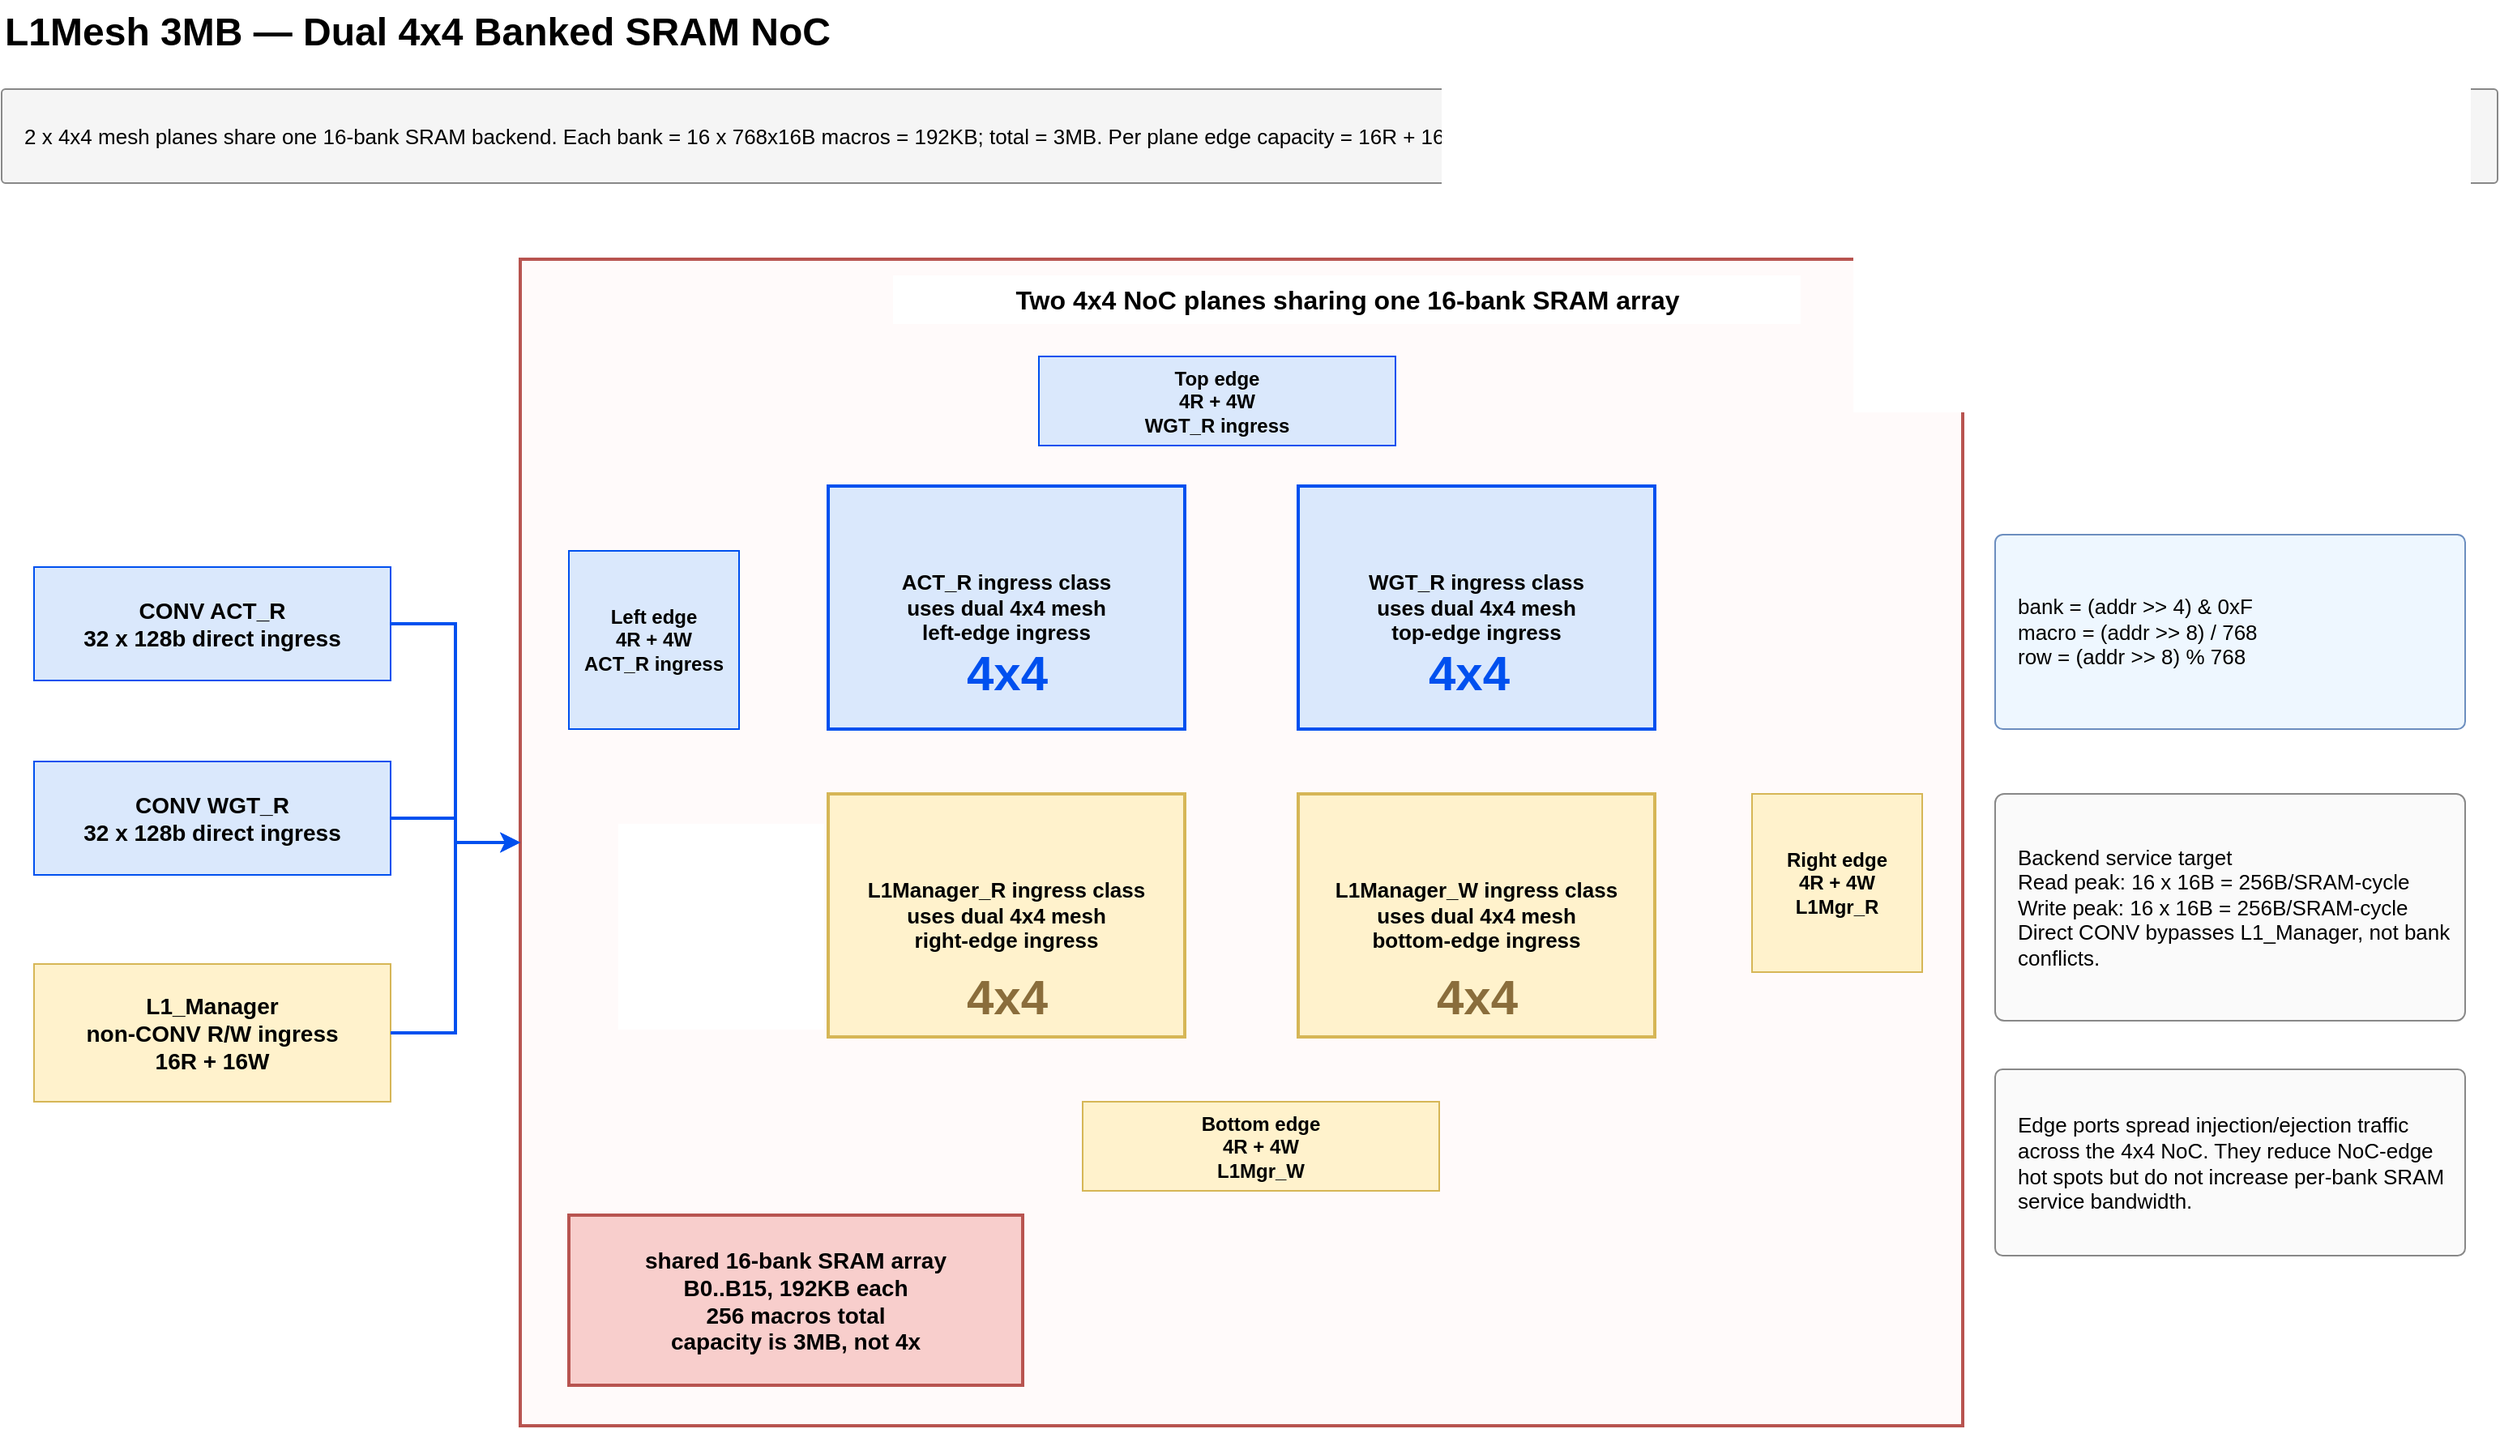
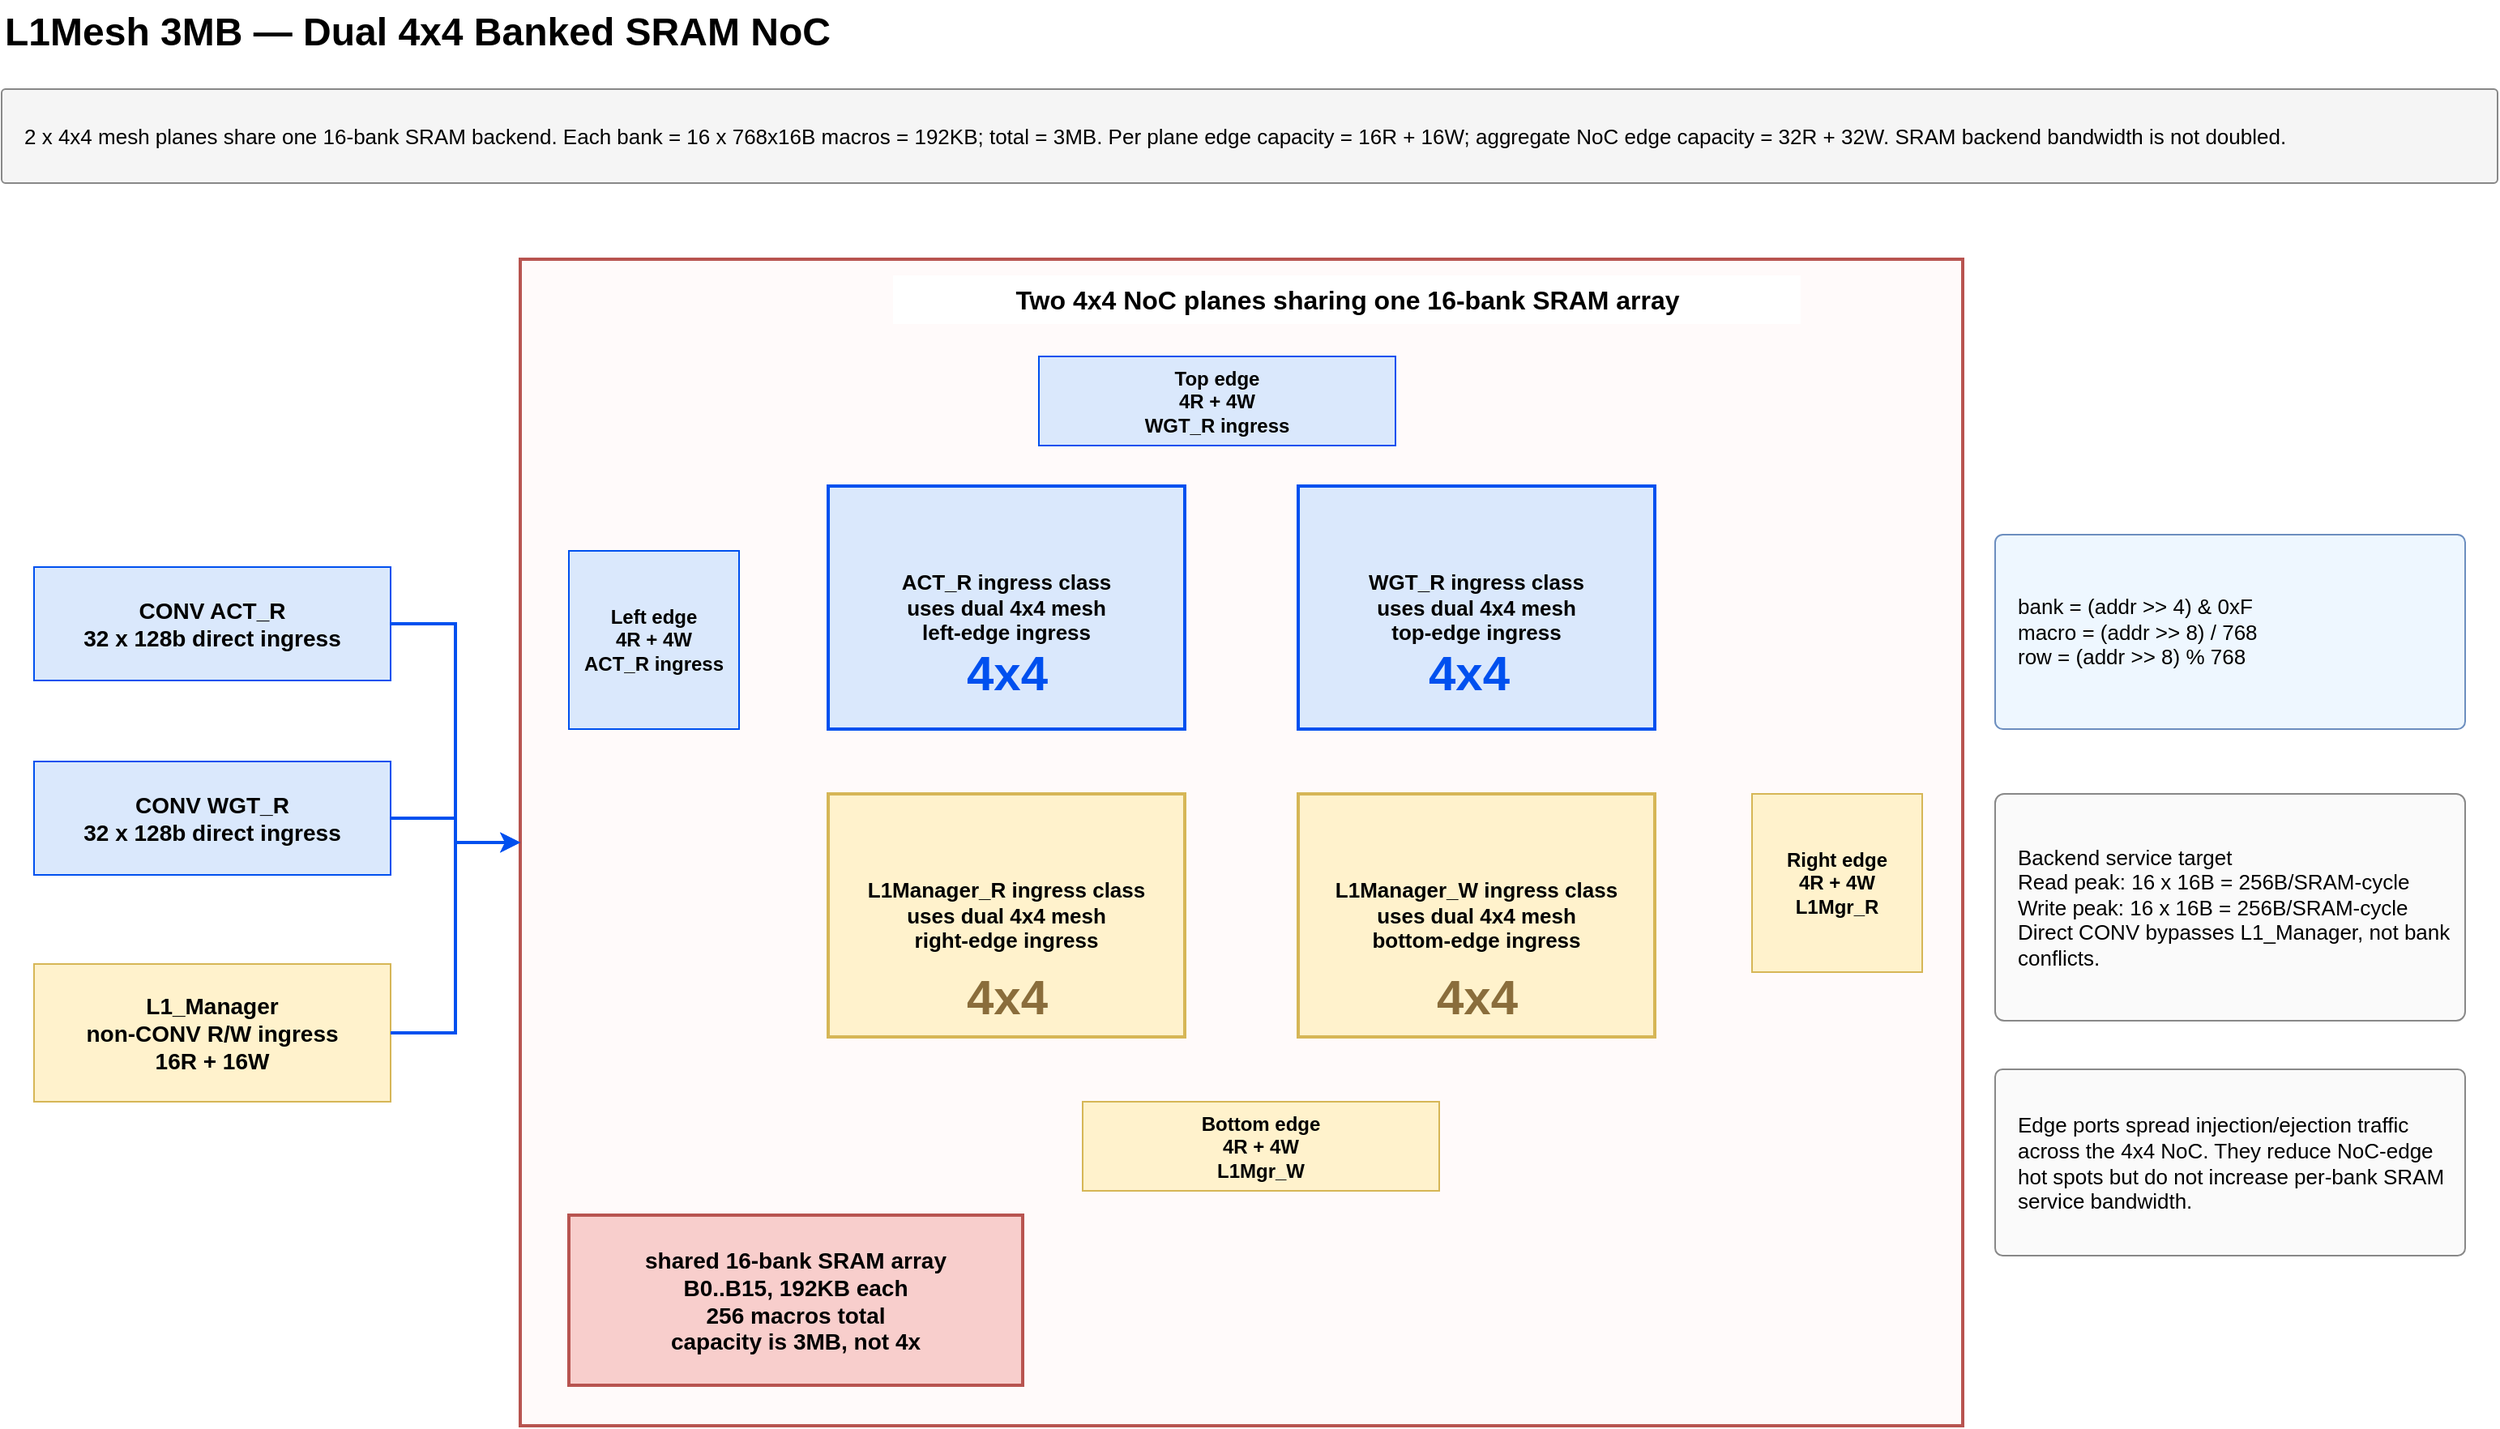
<mxfile host="65bd71144e">
    <diagram name="L1Mesh-4x4-NoC" id="mdla7-l1mesh-4x4-noc">
        <mxGraphModel dx="350" dy="720" grid="1" gridSize="10" guides="1" tooltips="1" connect="1" arrows="1" fold="1" page="1" pageScale="1" pageWidth="1654" pageHeight="1169" math="0" shadow="0">
            <root>
                <mxCell id="0"/>
                <mxCell id="1" parent="0"/>
                <mxCell id="l1n_title" value="L1Mesh 3MB — Dual 4x4 Banked SRAM NoC" style="text;html=1;fontSize=24;fontStyle=1;align=left;verticalAlign=middle;strokeColor=none;fillColor=none;" parent="1" vertex="1">
                    <mxGeometry x="50" y="30" width="900" height="40" as="geometry"/>
                </mxCell>
                <mxCell id="l1n_note" value="2 x 4x4 mesh planes share one 16-bank SRAM backend. Each bank = 16 x 768x16B macros = 192KB; total = 3MB. Per plane edge capacity = 16R + 16W; aggregate NoC edge capacity = 32R + 32W. SRAM backend bandwidth is not doubled." style="rounded=1;arcSize=4;whiteSpace=wrap;html=1;fillColor=#f5f5f5;strokeColor=#888888;fontSize=13;align=left;verticalAlign=middle;spacingLeft=12;" parent="1" vertex="1">
                    <mxGeometry x="50" y="85" width="1540" height="58" as="geometry"/>
                </mxCell>
                <mxCell id="l1n_act" value="CONV ACT_R&lt;br/&gt;32 x 128b direct ingress" style="rounded=0;whiteSpace=wrap;html=1;fillColor=#dae8fc;strokeColor=#0050ef;fontSize=14;fontStyle=1;" parent="1" vertex="1">
                    <mxGeometry x="70" y="380" width="220" height="70" as="geometry"/>
                </mxCell>
                <mxCell id="l1n_wgt" value="CONV WGT_R&lt;br/&gt;32 x 128b direct ingress" style="rounded=0;whiteSpace=wrap;html=1;fillColor=#dae8fc;strokeColor=#0050ef;fontSize=14;fontStyle=1;" parent="1" vertex="1">
                    <mxGeometry x="70" y="500" width="220" height="70" as="geometry"/>
                </mxCell>
                <mxCell id="l1n_mgr" value="L1_Manager&lt;br/&gt;non-CONV R/W ingress&lt;br/&gt;16R + 16W" style="rounded=0;whiteSpace=wrap;html=1;fillColor=#fff2cc;strokeColor=#d6b656;fontSize=14;fontStyle=1;" parent="1" vertex="1">
                    <mxGeometry x="70" y="625" width="220" height="85" as="geometry"/>
                </mxCell>
                <mxCell id="l1n_meshbox" value="" style="rounded=0;whiteSpace=wrap;html=1;fillColor=#fffafa;strokeColor=#b85450;strokeWidth=2;" parent="1" vertex="1">
                    <mxGeometry x="370" y="190" width="890" height="720" as="geometry"/>
                </mxCell>
                <mxCell id="l1n_meshtitle" value="Two 4x4 NoC planes sharing one 16-bank SRAM array" style="text;html=1;fontSize=16;fontStyle=1;align=center;verticalAlign=middle;strokeColor=none;fillColor=#ffffff;" parent="1" vertex="1">
                    <mxGeometry x="600" y="200" width="560" height="30" as="geometry"/>
                </mxCell>
                <mxCell id="l1n_edge_top" value="Top edge&lt;br/&gt;4R + 4W&lt;br/&gt;WGT_R ingress" style="rounded=0;whiteSpace=wrap;html=1;fillColor=#dae8fc;strokeColor=#0050ef;fontSize=12;fontStyle=1;" parent="1" vertex="1">
                    <mxGeometry x="690" y="250" width="220" height="55" as="geometry"/>
                </mxCell>
                <mxCell id="l1n_edge_left" value="Left edge&lt;br/&gt;4R + 4W&lt;br/&gt;ACT_R ingress" style="rounded=0;whiteSpace=wrap;html=1;fillColor=#dae8fc;strokeColor=#0050ef;fontSize=12;fontStyle=1;" parent="1" vertex="1">
                    <mxGeometry x="400" y="370" width="105" height="110" as="geometry"/>
                </mxCell>
                <mxCell id="l1n_edge_right" value="Right edge&lt;br/&gt;4R + 4W&lt;br/&gt;L1Mgr_R" style="rounded=0;whiteSpace=wrap;html=1;fillColor=#fff2cc;strokeColor=#d6b656;fontSize=12;fontStyle=1;" parent="1" vertex="1">
                    <mxGeometry x="1130" y="520" width="105" height="110" as="geometry"/>
                </mxCell>
                <mxCell id="l1n_edge_bottom" value="Bottom edge&lt;br/&gt;4R + 4W&lt;br/&gt;L1Mgr_W" style="rounded=0;whiteSpace=wrap;html=1;fillColor=#fff2cc;strokeColor=#d6b656;fontSize=12;fontStyle=1;" parent="1" vertex="1">
                    <mxGeometry x="717" y="710" width="220" height="55" as="geometry"/>
                </mxCell>
                <mxCell id="l1n_plane_act" value="ACT_R ingress class&lt;br/&gt;uses dual 4x4 mesh&lt;br/&gt;left-edge ingress" style="rounded=0;whiteSpace=wrap;html=1;fillColor=#dae8fc;strokeColor=#0050ef;strokeWidth=2;fontSize=13;fontStyle=1;" parent="1" vertex="1">
                    <mxGeometry x="560" y="330" width="220" height="150" as="geometry"/>
                </mxCell>
                <mxCell id="l1n_plane_wgt" value="WGT_R ingress class&lt;br/&gt;uses dual 4x4 mesh&lt;br/&gt;top-edge ingress" style="rounded=0;whiteSpace=wrap;html=1;fillColor=#dae8fc;strokeColor=#0050ef;strokeWidth=2;fontSize=13;fontStyle=1;" parent="1" vertex="1">
                    <mxGeometry x="850" y="330" width="220" height="150" as="geometry"/>
                </mxCell>
                <mxCell id="l1n_plane_l1r" value="L1Manager_R ingress class&lt;br/&gt;uses dual 4x4 mesh&lt;br/&gt;right-edge ingress" style="rounded=0;whiteSpace=wrap;html=1;fillColor=#fff2cc;strokeColor=#d6b656;strokeWidth=2;fontSize=13;fontStyle=1;" parent="1" vertex="1">
                    <mxGeometry x="560" y="520" width="220" height="150" as="geometry"/>
                </mxCell>
                <mxCell id="l1n_plane_l1w" value="L1Manager_W ingress class&lt;br/&gt;uses dual 4x4 mesh&lt;br/&gt;bottom-edge ingress" style="rounded=0;whiteSpace=wrap;html=1;fillColor=#fff2cc;strokeColor=#d6b656;strokeWidth=2;fontSize=13;fontStyle=1;" parent="1" vertex="1">
                    <mxGeometry x="850" y="520" width="220" height="150" as="geometry"/>
                </mxCell>
                <mxCell id="l1n_shared_banks" value="shared 16-bank SRAM array&lt;br/&gt;B0..B15, 192KB each&lt;br/&gt;256 macros total&lt;br/&gt;capacity is 3MB, not 4x" style="rounded=0;whiteSpace=wrap;html=1;fillColor=#f8cecc;strokeColor=#b85450;strokeWidth=2;fontSize=14;fontStyle=1;" parent="1" vertex="1">
                    <mxGeometry x="400" y="780" width="280" height="105" as="geometry"/>
                </mxCell>
                <mxCell id="l1n_plane_grid1" value="4x4" style="text;html=1;fontSize=30;fontStyle=1;align=center;verticalAlign=middle;strokeColor=none;fillColor=none;fontColor=#0050ef;" parent="1" vertex="1">
                    <mxGeometry x="615" y="420" width="110" height="50" as="geometry"/>
                </mxCell>
                <mxCell id="l1n_plane_grid2" value="4x4" style="text;html=1;fontSize=30;fontStyle=1;align=center;verticalAlign=middle;strokeColor=none;fillColor=none;fontColor=#0050ef;" parent="1" vertex="1">
                    <mxGeometry x="900" y="420" width="110" height="50" as="geometry"/>
                </mxCell>
                <mxCell id="l1n_plane_grid3" value="4x4" style="text;html=1;fontSize=30;fontStyle=1;align=center;verticalAlign=middle;strokeColor=none;fillColor=none;fontColor=#8a6d3b;" parent="1" vertex="1">
                    <mxGeometry x="615" y="620" width="110" height="50" as="geometry"/>
                </mxCell>
                <mxCell id="l1n_plane_grid4" value="4x4" style="text;html=1;fontSize=30;fontStyle=1;align=center;verticalAlign=middle;strokeColor=none;fillColor=none;fontColor=#8a6d3b;" parent="1" vertex="1">
                    <mxGeometry x="905" y="620" width="110" height="50" as="geometry"/>
                </mxCell>
                <mxCell id="l1n_addr" value="bank = (addr &gt;&gt; 4) &amp;amp; 0xF&lt;br/&gt;macro = (addr &gt;&gt; 8) / 768&lt;br/&gt;row = (addr &gt;&gt; 8) % 768" style="rounded=1;arcSize=4;whiteSpace=wrap;html=1;fillColor=#eef7ff;strokeColor=#6c8ebf;fontSize=13;align=left;verticalAlign=middle;spacingLeft=12;" parent="1" vertex="1">
                    <mxGeometry x="1280" y="360" width="290" height="120" as="geometry"/>
                </mxCell>
                <mxCell id="l1n_bw" value="Backend service target&lt;br/&gt;Read peak: 16 x 16B = 256B/SRAM-cycle&lt;br/&gt;Write peak: 16 x 16B = 256B/SRAM-cycle&lt;br/&gt;Direct CONV bypasses L1_Manager, not bank conflicts." style="rounded=1;arcSize=4;whiteSpace=wrap;html=1;fillColor=#fafafa;strokeColor=#888888;fontSize=13;align=left;verticalAlign=middle;spacingLeft=12;" parent="1" vertex="1">
                    <mxGeometry x="1280" y="520" width="290" height="140" as="geometry"/>
                </mxCell>
                <mxCell id="l1n_edge_note" value="Edge ports spread injection/ejection traffic across the 4x4 NoC. They reduce NoC-edge hot spots but do not increase per-bank SRAM service bandwidth." style="rounded=1;arcSize=4;whiteSpace=wrap;html=1;fillColor=#fafafa;strokeColor=#888888;fontSize=13;align=left;verticalAlign=middle;spacingLeft=12;" parent="1" vertex="1">
                    <mxGeometry x="1280" y="690" width="290" height="115" as="geometry"/>
                </mxCell>
                <mxCell id="l1n_e_act" value="" style="endArrow=classic;html=1;rounded=0;strokeColor=#0050ef;strokeWidth=2;edgeStyle=orthogonalEdgeStyle;" parent="1" source="l1n_act" target="l1n_meshbox" edge="1">
                    <mxGeometry relative="1" as="geometry"/>
                </mxCell>
                <mxCell id="l1n_e_wgt" value="" style="endArrow=classic;html=1;rounded=0;strokeColor=#0050ef;strokeWidth=2;edgeStyle=orthogonalEdgeStyle;" parent="1" source="l1n_wgt" target="l1n_meshbox" edge="1">
                    <mxGeometry relative="1" as="geometry"/>
                </mxCell>
                <mxCell id="l1n_e_mgr" value="" style="endArrow=classic;html=1;rounded=0;strokeColor=#0050ef;strokeWidth=2;edgeStyle=orthogonalEdgeStyle;" parent="1" source="l1n_mgr" target="l1n_meshbox" edge="1">
                    <mxGeometry relative="1" as="geometry"/>
                </mxCell>
            </root>
        </mxGraphModel>
    </diagram>
    <diagram name="L1Mesh-Arbitration" id="mdla7-l1mesh-arbitration">
        <mxGraphModel dx="836" dy="907" grid="1" gridSize="10" guides="1" tooltips="1" connect="1" arrows="1" fold="1" page="1" pageScale="1" pageWidth="1654" pageHeight="1169" math="0" shadow="0">
            <root>
                <mxCell id="0"/>
                <mxCell id="1" parent="0"/>
                <mxCell id="arb_title" value="L1Mesh Request Arbitration" style="text;html=1;fontSize=24;fontStyle=1;align=left;verticalAlign=middle;strokeColor=none;fillColor=none;" parent="1" vertex="1">
                    <mxGeometry x="50" y="35" width="700" height="40" as="geometry"/>
                </mxCell>
                <mxCell id="arb_act" value="CONV ACT_R&lt;br/&gt;direct ingress&lt;br/&gt;highest read priority" style="rounded=0;whiteSpace=wrap;html=1;fillColor=#dae8fc;strokeColor=#0050ef;fontSize=14;fontStyle=1;" parent="1" vertex="1">
                    <mxGeometry x="80" y="180" width="260" height="90" as="geometry"/>
                </mxCell>
                <mxCell id="arb_wgt" value="CONV WGT_R&lt;br/&gt;direct ingress&lt;br/&gt;second read priority" style="rounded=0;whiteSpace=wrap;html=1;fillColor=#dae8fc;strokeColor=#0050ef;fontSize=14;fontStyle=1;" parent="1" vertex="1">
                    <mxGeometry x="80" y="330" width="260" height="90" as="geometry"/>
                </mxCell>
                <mxCell id="arb_l1r" value="L1Manager_R&lt;br/&gt;Requant / EWE / POOL / TNPS / UDMA" style="rounded=0;whiteSpace=wrap;html=1;fillColor=#fff2cc;strokeColor=#d6b656;fontSize=14;fontStyle=1;" parent="1" vertex="1">
                    <mxGeometry x="80" y="480" width="260" height="90" as="geometry"/>
                </mxCell>
                <mxCell id="arb_l1w" value="L1Manager_W&lt;br/&gt;write ingress" style="rounded=0;whiteSpace=wrap;html=1;fillColor=#fff2cc;strokeColor=#d6b656;fontSize=14;fontStyle=1;" parent="1" vertex="1">
                    <mxGeometry x="80" y="660" width="260" height="75" as="geometry"/>
                </mxCell>
                <mxCell id="arb_read" value="per-bank read arbiter&lt;br/&gt;1 ACT_R&lt;br/&gt;2 WGT_R&lt;br/&gt;3 L1Manager_R" style="rounded=0;whiteSpace=wrap;html=1;fillColor=#e1d5e7;strokeColor=#9673a6;fontSize=15;fontStyle=1;" parent="1" vertex="1">
                    <mxGeometry x="520" y="260" width="260" height="180" as="geometry"/>
                </mxCell>
                <mxCell id="arb_write" value="per-bank write slot&lt;br/&gt;L1Manager_W&lt;br/&gt;independent from read slot if dual-lane" style="rounded=0;whiteSpace=wrap;html=1;fillColor=#e1d5e7;strokeColor=#9673a6;fontSize=15;fontStyle=1;" parent="1" vertex="1">
                    <mxGeometry x="520" y="610" width="260" height="140" as="geometry"/>
                </mxCell>
                <mxCell id="arb_bank" value="selected bank tile&lt;br/&gt;16B read beat&lt;br/&gt;16B write beat&lt;br/&gt;per SRAM cycle" style="rounded=0;whiteSpace=wrap;html=1;fillColor=#f8cecc;strokeColor=#b85450;strokeWidth=2;fontSize=15;fontStyle=1;" parent="1" vertex="1">
                    <mxGeometry x="980" y="385" width="260" height="190" as="geometry"/>
                </mxCell>
                <mxCell id="arb_read_out" value="read data to requester" style="rounded=0;whiteSpace=wrap;html=1;fillColor=#d5e8d4;strokeColor=#82b366;fontSize=14;fontStyle=1;" parent="1" vertex="1">
                    <mxGeometry x="1350" y="300" width="220" height="70" as="geometry"/>
                </mxCell>
                <mxCell id="arb_note" value="Direct CONV ingress bypasses L1_Manager arbitration, but all requests still converge at per-bank service. This keeps compute reads preferred without pretending the SRAM has unlimited read ports." style="rounded=1;arcSize=4;whiteSpace=wrap;html=1;fillColor=#fafafa;strokeColor=#888888;fontSize=14;align=left;verticalAlign=middle;spacingLeft=14;" parent="1" vertex="1">
                    <mxGeometry x="970" y="650" width="560" height="100" as="geometry"/>
                </mxCell>
                <mxCell id="arb_e1" value="" style="endArrow=classic;html=1;rounded=0;strokeColor=#0050ef;strokeWidth=2;edgeStyle=orthogonalEdgeStyle;" parent="1" source="arb_act" target="arb_read" edge="1">
                    <mxGeometry relative="1" as="geometry"/>
                </mxCell>
                <mxCell id="arb_e2" value="" style="endArrow=classic;html=1;rounded=0;strokeColor=#0050ef;strokeWidth=2;edgeStyle=orthogonalEdgeStyle;" parent="1" source="arb_wgt" target="arb_read" edge="1">
                    <mxGeometry relative="1" as="geometry"/>
                </mxCell>
                <mxCell id="arb_e3" value="" style="endArrow=classic;html=1;rounded=0;strokeColor=#0050ef;strokeWidth=2;edgeStyle=orthogonalEdgeStyle;" parent="1" source="arb_l1r" target="arb_read" edge="1">
                    <mxGeometry relative="1" as="geometry"/>
                </mxCell>
                <mxCell id="arb_e4" value="" style="endArrow=classic;html=1;rounded=0;strokeColor=#0050ef;strokeWidth=2;edgeStyle=orthogonalEdgeStyle;" parent="1" source="arb_l1w" target="arb_write" edge="1">
                    <mxGeometry relative="1" as="geometry"/>
                </mxCell>
                <mxCell id="arb_e5" value="" style="endArrow=classic;html=1;rounded=0;strokeColor=#0050ef;strokeWidth=2;edgeStyle=orthogonalEdgeStyle;" parent="1" source="arb_read" target="arb_bank" edge="1">
                    <mxGeometry relative="1" as="geometry"/>
                </mxCell>
                <mxCell id="arb_e6" value="" style="endArrow=classic;html=1;rounded=0;strokeColor=#0050ef;strokeWidth=2;edgeStyle=orthogonalEdgeStyle;" parent="1" source="arb_write" target="arb_bank" edge="1">
                    <mxGeometry relative="1" as="geometry"/>
                </mxCell>
                <mxCell id="arb_e7" value="" style="endArrow=classic;html=1;rounded=0;strokeColor=#82b366;strokeWidth=2;edgeStyle=orthogonalEdgeStyle;" parent="1" source="arb_bank" target="arb_read_out" edge="1">
                    <mxGeometry relative="1" as="geometry"/>
                </mxCell>
            </root>
        </mxGraphModel>
    </diagram>
    <diagram name="L1Mesh-Bank-Tile" id="mdla7-l1mesh-bank-tile">
        <mxGraphModel dx="897" dy="868" grid="1" gridSize="10" guides="1" tooltips="1" connect="1" arrows="1" fold="1" page="1" pageScale="1" pageWidth="1654" pageHeight="1169" math="0" shadow="0">
            <root>
                <mxCell id="0"/>
                <mxCell id="1" parent="0"/>
                <mxCell id="bt_title" value="L1Mesh Bank Tile — 192KB" style="text;html=1;fontSize=24;fontStyle=1;align=left;verticalAlign=middle;strokeColor=none;fillColor=none;" parent="1" vertex="1">
                    <mxGeometry x="50" y="35" width="700" height="40" as="geometry"/>
                </mxCell>
                <mxCell id="bt_tile" value="One L1Mesh bank tile&lt;br/&gt;192KB = 16 macros x 12KB" style="rounded=0;whiteSpace=wrap;html=1;fillColor=#f8cecc;strokeColor=#b85450;strokeWidth=2;fontSize=16;fontStyle=1;" parent="1" vertex="1">
                    <mxGeometry x="420" y="120" width="760" height="760" as="geometry"/>
                </mxCell>
                <mxCell id="bt_arb" value="local bank arbiter&lt;br/&gt;read priority:&lt;br/&gt;1 ACT_R&lt;br/&gt;2 WGT_R&lt;br/&gt;3 L1Mgr_R&lt;br/&gt;write: L1Mgr_W" style="rounded=0;whiteSpace=wrap;html=1;fillColor=#fff2cc;strokeColor=#d6b656;fontSize=13;fontStyle=1;align=center;" parent="1" vertex="1">
                    <mxGeometry x="490" y="180" width="170" height="160" as="geometry"/>
                </mxCell>
                <mxCell id="bt_dec" value="decoder&lt;br/&gt;macro_id = line / 768&lt;br/&gt;row = line % 768" style="rounded=0;whiteSpace=wrap;html=1;fillColor=#e1d5e7;strokeColor=#9673a6;fontSize=13;align=center;" parent="1" vertex="1">
                    <mxGeometry x="710" y="180" width="210" height="110" as="geometry"/>
                </mxCell>
                <mxCell id="bt_port" value="bank SRAM port&lt;br/&gt;1 x 16B read beat&lt;br/&gt;1 x 16B write beat&lt;br/&gt;per SRAM cycle" style="rounded=0;whiteSpace=wrap;html=1;fillColor=#d5e8d4;strokeColor=#82b366;fontSize=13;fontStyle=1;align=center;" parent="1" vertex="1">
                    <mxGeometry x="970" y="180" width="160" height="130" as="geometry"/>
                </mxCell>
                <mxCell id="bt_m0" value="M0&lt;br/&gt;768x16B" style="rounded=0;whiteSpace=wrap;html=1;fillColor=#fffafa;strokeColor=#b85450;fontSize=12;" parent="1" vertex="1">
                    <mxGeometry x="500" y="420" width="120" height="65" as="geometry"/>
                </mxCell>
                <mxCell id="bt_m1" value="M1&lt;br/&gt;768x16B" style="rounded=0;whiteSpace=wrap;html=1;fillColor=#fffafa;strokeColor=#b85450;fontSize=12;" parent="1" vertex="1">
                    <mxGeometry x="650" y="420" width="120" height="65" as="geometry"/>
                </mxCell>
                <mxCell id="bt_m2" value="M2&lt;br/&gt;768x16B" style="rounded=0;whiteSpace=wrap;html=1;fillColor=#fffafa;strokeColor=#b85450;fontSize=12;" parent="1" vertex="1">
                    <mxGeometry x="800" y="420" width="120" height="65" as="geometry"/>
                </mxCell>
                <mxCell id="bt_m3" value="M3&lt;br/&gt;768x16B" style="rounded=0;whiteSpace=wrap;html=1;fillColor=#fffafa;strokeColor=#b85450;fontSize=12;" parent="1" vertex="1">
                    <mxGeometry x="950" y="420" width="120" height="65" as="geometry"/>
                </mxCell>
                <mxCell id="bt_m4" value="M4" style="rounded=0;whiteSpace=wrap;html=1;fillColor=#fffafa;strokeColor=#b85450;fontSize=12;" parent="1" vertex="1">
                    <mxGeometry x="500" y="525" width="120" height="55" as="geometry"/>
                </mxCell>
                <mxCell id="bt_m5" value="M5" style="rounded=0;whiteSpace=wrap;html=1;fillColor=#fffafa;strokeColor=#b85450;fontSize=12;" parent="1" vertex="1">
                    <mxGeometry x="650" y="525" width="120" height="55" as="geometry"/>
                </mxCell>
                <mxCell id="bt_m6" value="M6" style="rounded=0;whiteSpace=wrap;html=1;fillColor=#fffafa;strokeColor=#b85450;fontSize=12;" parent="1" vertex="1">
                    <mxGeometry x="800" y="525" width="120" height="55" as="geometry"/>
                </mxCell>
                <mxCell id="bt_m7" value="M7" style="rounded=0;whiteSpace=wrap;html=1;fillColor=#fffafa;strokeColor=#b85450;fontSize=12;" parent="1" vertex="1">
                    <mxGeometry x="950" y="525" width="120" height="55" as="geometry"/>
                </mxCell>
                <mxCell id="bt_m8" value="M8" style="rounded=0;whiteSpace=wrap;html=1;fillColor=#fffafa;strokeColor=#b85450;fontSize=12;" parent="1" vertex="1">
                    <mxGeometry x="500" y="620" width="120" height="55" as="geometry"/>
                </mxCell>
                <mxCell id="bt_m9" value="M9" style="rounded=0;whiteSpace=wrap;html=1;fillColor=#fffafa;strokeColor=#b85450;fontSize=12;" parent="1" vertex="1">
                    <mxGeometry x="650" y="620" width="120" height="55" as="geometry"/>
                </mxCell>
                <mxCell id="bt_m10" value="M10" style="rounded=0;whiteSpace=wrap;html=1;fillColor=#fffafa;strokeColor=#b85450;fontSize=12;" parent="1" vertex="1">
                    <mxGeometry x="800" y="620" width="120" height="55" as="geometry"/>
                </mxCell>
                <mxCell id="bt_m11" value="M11" style="rounded=0;whiteSpace=wrap;html=1;fillColor=#fffafa;strokeColor=#b85450;fontSize=12;" parent="1" vertex="1">
                    <mxGeometry x="950" y="620" width="120" height="55" as="geometry"/>
                </mxCell>
                <mxCell id="bt_m12" value="M12" style="rounded=0;whiteSpace=wrap;html=1;fillColor=#fffafa;strokeColor=#b85450;fontSize=12;" parent="1" vertex="1">
                    <mxGeometry x="500" y="715" width="120" height="55" as="geometry"/>
                </mxCell>
                <mxCell id="bt_m13" value="M13" style="rounded=0;whiteSpace=wrap;html=1;fillColor=#fffafa;strokeColor=#b85450;fontSize=12;" parent="1" vertex="1">
                    <mxGeometry x="650" y="715" width="120" height="55" as="geometry"/>
                </mxCell>
                <mxCell id="bt_m14" value="M14" style="rounded=0;whiteSpace=wrap;html=1;fillColor=#fffafa;strokeColor=#b85450;fontSize=12;" parent="1" vertex="1">
                    <mxGeometry x="800" y="715" width="120" height="55" as="geometry"/>
                </mxCell>
                <mxCell id="bt_m15" value="M15" style="rounded=0;whiteSpace=wrap;html=1;fillColor=#fffafa;strokeColor=#b85450;fontSize=12;" parent="1" vertex="1">
                    <mxGeometry x="950" y="715" width="120" height="55" as="geometry"/>
                </mxCell>
                <mxCell id="bt_inputs" value="Ingress to each bank tile&lt;br/&gt;ACT_R direct&lt;br/&gt;WGT_R direct&lt;br/&gt;L1Manager_R&lt;br/&gt;L1Manager_W" style="rounded=1;arcSize=4;whiteSpace=wrap;html=1;fillColor=#eef7ff;strokeColor=#6c8ebf;fontSize=14;align=left;verticalAlign=middle;spacingLeft=14;" parent="1" vertex="1">
                    <mxGeometry x="80" y="260" width="250" height="165" as="geometry"/>
                </mxCell>
                <mxCell id="bt_calc" value="Capacity math&lt;br/&gt;macro = 768 x 16B = 12KB&lt;br/&gt;bank = 16 macros = 192KB&lt;br/&gt;mesh = 16 banks = 3MB" style="rounded=1;arcSize=4;whiteSpace=wrap;html=1;fillColor=#fafafa;strokeColor=#888888;fontSize=14;align=left;verticalAlign=middle;spacingLeft=14;" parent="1" vertex="1">
                    <mxGeometry x="80" y="500" width="250" height="150" as="geometry"/>
                </mxCell>
            </root>
        </mxGraphModel>
    </diagram>
-     <diagram name="L1Mesh-AXI-Edge-Map" id="mdla7-l1mesh-axi-edge-map">
+     <diagram name="L1Mesh-Payload-Edge-Map" id="mdla7-l1mesh-payload-edge-map">
        <mxGraphModel dx="747" dy="720" grid="1" gridSize="10" guides="1" tooltips="1" connect="1" arrows="1" fold="1" page="1" pageScale="1" pageWidth="1654" pageHeight="1169" math="0" shadow="0">
            <root>
                <mxCell id="0"/>
                <mxCell id="1" parent="0"/>
-                 <mxCell id="aem_title" value="L1Mesh 4x4 AXI_R / AXI_W Edge Mapping" style="text;html=1;fontSize=24;fontStyle=1;align=left;verticalAlign=middle;strokeColor=none;fillColor=none;" parent="1" vertex="1">
+                 <mxCell id="aem_title" value="L1Mesh 4x4 Payload R / Payload W Edge Mapping" style="text;html=1;fontSize=24;fontStyle=1;align=left;verticalAlign=middle;strokeColor=none;fillColor=none;" parent="1" vertex="1">
                    <mxGeometry x="50" y="30" width="900" height="40" as="geometry"/>
                </mxCell>
-                 <mxCell id="aem_note" value="16 AXI_R lanes and 16 AXI_W lanes use the same logical bank-to-edge map. Read and write queues are independent resources. Each edge serves two adjacent banks on one mesh row." style="rounded=1;arcSize=4;whiteSpace=wrap;html=1;fillColor=#f5f5f5;strokeColor=#888888;fontSize=13;align=left;verticalAlign=middle;spacingLeft=12;" parent="1" vertex="1">
+                 <mxCell id="aem_note" value="16 Payload R lanes and 16 Payload W lanes use the same logical bank-to-edge map. Read and write ingress queues are independent resources, while the SRAM backend is shared 1R/W. Each edge serves two adjacent banks on one mesh row." style="rounded=1;arcSize=4;whiteSpace=wrap;html=1;fillColor=#f5f5f5;strokeColor=#888888;fontSize=13;align=left;verticalAlign=middle;spacingLeft=12;" parent="1" vertex="1">
                    <mxGeometry x="50" y="85" width="1540" height="58" as="geometry"/>
                </mxCell>
                <mxCell id="aem_grid_title" value="4x4 bank mesh" style="text;html=1;fontSize=18;fontStyle=1;align=center;verticalAlign=middle;strokeColor=none;fillColor=none;" parent="1" vertex="1">
                    <mxGeometry x="670" y="190" width="300" height="30" as="geometry"/>
                </mxCell>
                <mxCell id="aem_mesh_box" value="" style="rounded=0;whiteSpace=wrap;html=1;fillColor=#fffafa;strokeColor=#b85450;strokeWidth=2;" parent="1" vertex="1">
                    <mxGeometry x="580" y="250" width="510" height="480" as="geometry"/>
                </mxCell>
                <mxCell id="aem_b0" value="B0" style="rounded=0;whiteSpace=wrap;html=1;fillColor=#f8cecc;strokeColor=#b85450;fontSize=16;fontStyle=1;" parent="1" vertex="1">
                    <mxGeometry x="620" y="290" width="80" height="70" as="geometry"/>
                </mxCell>
                <mxCell id="aem_b1" value="B1" style="rounded=0;whiteSpace=wrap;html=1;fillColor=#f8cecc;strokeColor=#b85450;fontSize=16;fontStyle=1;" parent="1" vertex="1">
                    <mxGeometry x="740" y="290" width="80" height="70" as="geometry"/>
                </mxCell>
                <mxCell id="aem_b2" value="B2" style="rounded=0;whiteSpace=wrap;html=1;fillColor=#f8cecc;strokeColor=#b85450;fontSize=16;fontStyle=1;" parent="1" vertex="1">
                    <mxGeometry x="860" y="290" width="80" height="70" as="geometry"/>
                </mxCell>
                <mxCell id="aem_b3" value="B3" style="rounded=0;whiteSpace=wrap;html=1;fillColor=#f8cecc;strokeColor=#b85450;fontSize=16;fontStyle=1;" parent="1" vertex="1">
                    <mxGeometry x="980" y="290" width="80" height="70" as="geometry"/>
                </mxCell>
                <mxCell id="aem_b4" value="B4" style="rounded=0;whiteSpace=wrap;html=1;fillColor=#f8cecc;strokeColor=#b85450;fontSize=16;fontStyle=1;" parent="1" vertex="1">
                    <mxGeometry x="620" y="410" width="80" height="70" as="geometry"/>
                </mxCell>
                <mxCell id="aem_b5" value="B5" style="rounded=0;whiteSpace=wrap;html=1;fillColor=#f8cecc;strokeColor=#b85450;fontSize=16;fontStyle=1;" parent="1" vertex="1">
                    <mxGeometry x="740" y="410" width="80" height="70" as="geometry"/>
                </mxCell>
                <mxCell id="aem_b6" value="B6" style="rounded=0;whiteSpace=wrap;html=1;fillColor=#f8cecc;strokeColor=#b85450;fontSize=16;fontStyle=1;" parent="1" vertex="1">
                    <mxGeometry x="860" y="410" width="80" height="70" as="geometry"/>
                </mxCell>
                <mxCell id="aem_b7" value="B7" style="rounded=0;whiteSpace=wrap;html=1;fillColor=#f8cecc;strokeColor=#b85450;fontSize=16;fontStyle=1;" parent="1" vertex="1">
                    <mxGeometry x="980" y="410" width="80" height="70" as="geometry"/>
                </mxCell>
                <mxCell id="aem_b8" value="B8" style="rounded=0;whiteSpace=wrap;html=1;fillColor=#f8cecc;strokeColor=#b85450;fontSize=16;fontStyle=1;" parent="1" vertex="1">
                    <mxGeometry x="620" y="530" width="80" height="70" as="geometry"/>
                </mxCell>
                <mxCell id="aem_b9" value="B9" style="rounded=0;whiteSpace=wrap;html=1;fillColor=#f8cecc;strokeColor=#b85450;fontSize=16;fontStyle=1;" parent="1" vertex="1">
                    <mxGeometry x="740" y="530" width="80" height="70" as="geometry"/>
                </mxCell>
                <mxCell id="aem_b10" value="B10" style="rounded=0;whiteSpace=wrap;html=1;fillColor=#f8cecc;strokeColor=#b85450;fontSize=16;fontStyle=1;" parent="1" vertex="1">
                    <mxGeometry x="860" y="530" width="80" height="70" as="geometry"/>
                </mxCell>
                <mxCell id="aem_b11" value="B11" style="rounded=0;whiteSpace=wrap;html=1;fillColor=#f8cecc;strokeColor=#b85450;fontSize=16;fontStyle=1;" parent="1" vertex="1">
                    <mxGeometry x="980" y="530" width="80" height="70" as="geometry"/>
                </mxCell>
                <mxCell id="aem_b12" value="B12" style="rounded=0;whiteSpace=wrap;html=1;fillColor=#f8cecc;strokeColor=#b85450;fontSize=16;fontStyle=1;" parent="1" vertex="1">
                    <mxGeometry x="620" y="650" width="80" height="70" as="geometry"/>
                </mxCell>
                <mxCell id="aem_b13" value="B13" style="rounded=0;whiteSpace=wrap;html=1;fillColor=#f8cecc;strokeColor=#b85450;fontSize=16;fontStyle=1;" parent="1" vertex="1">
                    <mxGeometry x="740" y="650" width="80" height="70" as="geometry"/>
                </mxCell>
                <mxCell id="aem_b14" value="B14" style="rounded=0;whiteSpace=wrap;html=1;fillColor=#f8cecc;strokeColor=#b85450;fontSize=16;fontStyle=1;" parent="1" vertex="1">
                    <mxGeometry x="860" y="650" width="80" height="70" as="geometry"/>
                </mxCell>
                <mxCell id="aem_b15" value="B15" style="rounded=0;whiteSpace=wrap;html=1;fillColor=#f8cecc;strokeColor=#b85450;fontSize=16;fontStyle=1;" parent="1" vertex="1">
                    <mxGeometry x="980" y="650" width="80" height="70" as="geometry"/>
                </mxCell>
-                 <mxCell id="aem_w0" value="W0 edge&lt;br/&gt;AXI_R0,R1&lt;br/&gt;AXI_W0,W1&lt;br/&gt;to B0,B1" style="rounded=0;whiteSpace=wrap;html=1;fillColor=#dae8fc;strokeColor=#0050ef;fontSize=12;fontStyle=1;" parent="1" vertex="1">
+                 <mxCell id="aem_w0" value="W0 edge&lt;br/&gt;Payload R0,R1&lt;br/&gt;Payload W0,W1&lt;br/&gt;to B0,B1" style="rounded=0;whiteSpace=wrap;html=1;fillColor=#dae8fc;strokeColor=#0050ef;fontSize=12;fontStyle=1;" parent="1" vertex="1">
                    <mxGeometry x="430" y="290" width="125" height="70" as="geometry"/>
                </mxCell>
-                 <mxCell id="aem_w1" value="W1 edge&lt;br/&gt;AXI_R4,R5&lt;br/&gt;AXI_W4,W5&lt;br/&gt;to B4,B5" style="rounded=0;whiteSpace=wrap;html=1;fillColor=#dae8fc;strokeColor=#0050ef;fontSize=12;fontStyle=1;" parent="1" vertex="1">
+                 <mxCell id="aem_w1" value="W1 edge&lt;br/&gt;Payload R4,R5&lt;br/&gt;Payload W4,W5&lt;br/&gt;to B4,B5" style="rounded=0;whiteSpace=wrap;html=1;fillColor=#dae8fc;strokeColor=#0050ef;fontSize=12;fontStyle=1;" parent="1" vertex="1">
                    <mxGeometry x="430" y="410" width="125" height="70" as="geometry"/>
                </mxCell>
-                 <mxCell id="aem_w2" value="W2 edge&lt;br/&gt;AXI_R8,R9&lt;br/&gt;AXI_W8,W9&lt;br/&gt;to B8,B9" style="rounded=0;whiteSpace=wrap;html=1;fillColor=#dae8fc;strokeColor=#0050ef;fontSize=12;fontStyle=1;" parent="1" vertex="1">
+                 <mxCell id="aem_w2" value="W2 edge&lt;br/&gt;Payload R8,R9&lt;br/&gt;Payload W8,W9&lt;br/&gt;to B8,B9" style="rounded=0;whiteSpace=wrap;html=1;fillColor=#dae8fc;strokeColor=#0050ef;fontSize=12;fontStyle=1;" parent="1" vertex="1">
                    <mxGeometry x="430" y="530" width="125" height="70" as="geometry"/>
                </mxCell>
-                 <mxCell id="aem_w3" value="W3 edge&lt;br/&gt;AXI_R12,R13&lt;br/&gt;AXI_W12,W13&lt;br/&gt;to B12,B13" style="rounded=0;whiteSpace=wrap;html=1;fillColor=#dae8fc;strokeColor=#0050ef;fontSize=12;fontStyle=1;" parent="1" vertex="1">
+                 <mxCell id="aem_w3" value="W3 edge&lt;br/&gt;Payload R12,R13&lt;br/&gt;Payload W12,W13&lt;br/&gt;to B12,B13" style="rounded=0;whiteSpace=wrap;html=1;fillColor=#dae8fc;strokeColor=#0050ef;fontSize=12;fontStyle=1;" parent="1" vertex="1">
                    <mxGeometry x="430" y="650" width="125" height="70" as="geometry"/>
                </mxCell>
-                 <mxCell id="aem_e0" value="E0 edge&lt;br/&gt;AXI_R2,R3&lt;br/&gt;AXI_W2,W3&lt;br/&gt;to B2,B3" style="rounded=0;whiteSpace=wrap;html=1;fillColor=#d5e8d4;strokeColor=#82b366;fontSize=12;fontStyle=1;" parent="1" vertex="1">
+                 <mxCell id="aem_e0" value="E0 edge&lt;br/&gt;Payload R2,R3&lt;br/&gt;Payload W2,W3&lt;br/&gt;to B2,B3" style="rounded=0;whiteSpace=wrap;html=1;fillColor=#d5e8d4;strokeColor=#82b366;fontSize=12;fontStyle=1;" parent="1" vertex="1">
                    <mxGeometry x="1115" y="290" width="125" height="70" as="geometry"/>
                </mxCell>
-                 <mxCell id="aem_e1" value="E1 edge&lt;br/&gt;AXI_R6,R7&lt;br/&gt;AXI_W6,W7&lt;br/&gt;to B6,B7" style="rounded=0;whiteSpace=wrap;html=1;fillColor=#d5e8d4;strokeColor=#82b366;fontSize=12;fontStyle=1;" parent="1" vertex="1">
+                 <mxCell id="aem_e1" value="E1 edge&lt;br/&gt;Payload R6,R7&lt;br/&gt;Payload W6,W7&lt;br/&gt;to B6,B7" style="rounded=0;whiteSpace=wrap;html=1;fillColor=#d5e8d4;strokeColor=#82b366;fontSize=12;fontStyle=1;" parent="1" vertex="1">
                    <mxGeometry x="1115" y="410" width="125" height="70" as="geometry"/>
                </mxCell>
-                 <mxCell id="aem_e2" value="E2 edge&lt;br/&gt;AXI_R10,R11&lt;br/&gt;AXI_W10,W11&lt;br/&gt;to B10,B11" style="rounded=0;whiteSpace=wrap;html=1;fillColor=#d5e8d4;strokeColor=#82b366;fontSize=12;fontStyle=1;" parent="1" vertex="1">
+                 <mxCell id="aem_e2" value="E2 edge&lt;br/&gt;Payload R10,R11&lt;br/&gt;Payload W10,W11&lt;br/&gt;to B10,B11" style="rounded=0;whiteSpace=wrap;html=1;fillColor=#d5e8d4;strokeColor=#82b366;fontSize=12;fontStyle=1;" parent="1" vertex="1">
                    <mxGeometry x="1115" y="530" width="125" height="70" as="geometry"/>
                </mxCell>
-                 <mxCell id="aem_e3" value="E3 edge&lt;br/&gt;AXI_R14,R15&lt;br/&gt;AXI_W14,W15&lt;br/&gt;to B14,B15" style="rounded=0;whiteSpace=wrap;html=1;fillColor=#d5e8d4;strokeColor=#82b366;fontSize=12;fontStyle=1;" parent="1" vertex="1">
+                 <mxCell id="aem_e3" value="E3 edge&lt;br/&gt;Payload R14,R15&lt;br/&gt;Payload W14,W15&lt;br/&gt;to B14,B15" style="rounded=0;whiteSpace=wrap;html=1;fillColor=#d5e8d4;strokeColor=#82b366;fontSize=12;fontStyle=1;" parent="1" vertex="1">
                    <mxGeometry x="1115" y="650" width="125" height="70" as="geometry"/>
                </mxCell>
-                 <mxCell id="aem_r_table" value="AXI_R lanes&lt;br/&gt;R0,R1 -&gt; W0 -&gt; B0,B1&lt;br/&gt;R2,R3 -&gt; E0 -&gt; B2,B3&lt;br/&gt;R4,R5 -&gt; W1 -&gt; B4,B5&lt;br/&gt;R6,R7 -&gt; E1 -&gt; B6,B7&lt;br/&gt;R8,R9 -&gt; W2 -&gt; B8,B9&lt;br/&gt;R10,R11 -&gt; E2 -&gt; B10,B11&lt;br/&gt;R12,R13 -&gt; W3 -&gt; B12,B13&lt;br/&gt;R14,R15 -&gt; E3 -&gt; B14,B15" style="rounded=1;arcSize=4;whiteSpace=wrap;html=1;fillColor=#eef7ff;strokeColor=#6c8ebf;fontSize=13;align=left;verticalAlign=middle;spacingLeft=12;" parent="1" vertex="1">
+                 <mxCell id="aem_r_table" value="Payload R lanes&lt;br/&gt;R0,R1 -&gt; W0 -&gt; B0,B1&lt;br/&gt;R2,R3 -&gt; E0 -&gt; B2,B3&lt;br/&gt;R4,R5 -&gt; W1 -&gt; B4,B5&lt;br/&gt;R6,R7 -&gt; E1 -&gt; B6,B7&lt;br/&gt;R8,R9 -&gt; W2 -&gt; B8,B9&lt;br/&gt;R10,R11 -&gt; E2 -&gt; B10,B11&lt;br/&gt;R12,R13 -&gt; W3 -&gt; B12,B13&lt;br/&gt;R14,R15 -&gt; E3 -&gt; B14,B15" style="rounded=1;arcSize=4;whiteSpace=wrap;html=1;fillColor=#eef7ff;strokeColor=#6c8ebf;fontSize=13;align=left;verticalAlign=middle;spacingLeft=12;" parent="1" vertex="1">
                    <mxGeometry x="50" y="240" width="330" height="275" as="geometry"/>
                </mxCell>
-                 <mxCell id="aem_w_table" value="AXI_W lanes&lt;br/&gt;W0,W1 -&gt; W0 edge -&gt; B0,B1&lt;br/&gt;W2,W3 -&gt; E0 edge -&gt; B2,B3&lt;br/&gt;W4,W5 -&gt; W1 edge -&gt; B4,B5&lt;br/&gt;W6,W7 -&gt; E1 edge -&gt; B6,B7&lt;br/&gt;W8,W9 -&gt; W2 edge -&gt; B8,B9&lt;br/&gt;W10,W11 -&gt; E2 edge -&gt; B10,B11&lt;br/&gt;W12,W13 -&gt; W3 edge -&gt; B12,B13&lt;br/&gt;W14,W15 -&gt; E3 edge -&gt; B14,B15" style="rounded=1;arcSize=4;whiteSpace=wrap;html=1;fillColor=#fff2cc;strokeColor=#d6b656;fontSize=13;align=left;verticalAlign=middle;spacingLeft=12;" parent="1" vertex="1">
+                 <mxCell id="aem_w_table" value="Payload W lanes&lt;br/&gt;W0,W1 -&gt; W0 edge -&gt; B0,B1&lt;br/&gt;W2,W3 -&gt; E0 edge -&gt; B2,B3&lt;br/&gt;W4,W5 -&gt; W1 edge -&gt; B4,B5&lt;br/&gt;W6,W7 -&gt; E1 edge -&gt; B6,B7&lt;br/&gt;W8,W9 -&gt; W2 edge -&gt; B8,B9&lt;br/&gt;W10,W11 -&gt; E2 edge -&gt; B10,B11&lt;br/&gt;W12,W13 -&gt; W3 edge -&gt; B12,B13&lt;br/&gt;W14,W15 -&gt; E3 edge -&gt; B14,B15" style="rounded=1;arcSize=4;whiteSpace=wrap;html=1;fillColor=#fff2cc;strokeColor=#d6b656;fontSize=13;align=left;verticalAlign=middle;spacingLeft=12;" parent="1" vertex="1">
                    <mxGeometry x="1270" y="240" width="330" height="275" as="geometry"/>
                </mxCell>
-                 <mxCell id="aem_cap" value="Per edge: 2 x AXI_R + 2 x AXI_W lanes. Across 8 edges: 16 AXI_R + 16 AXI_W. Each lane is 128b / 16B; per-bank SRAM service remains 16B read beat + 16B write beat per SRAM cycle." style="rounded=1;arcSize=4;whiteSpace=wrap;html=1;fillColor=#fafafa;strokeColor=#888888;fontSize=14;align=left;verticalAlign=middle;spacingLeft=14;" parent="1" vertex="1">
+                 <mxCell id="aem_cap" value="Per edge: 2 x Payload R + 2 x Payload W lanes. Across 8 edges: 16 Payload R + 16 Payload W. Each lane is 16B per beat; per-bank SRAM service remains one 16B read-or-write beat per SRAM cycle." style="rounded=1;arcSize=4;whiteSpace=wrap;html=1;fillColor=#fafafa;strokeColor=#888888;fontSize=14;align=left;verticalAlign=middle;spacingLeft=14;" parent="1" vertex="1">
                    <mxGeometry x="430" y="800" width="780" height="88" as="geometry"/>
                </mxCell>
                <mxCell id="aem_e_w0" value="" style="endArrow=classic;html=1;rounded=0;strokeColor=#0050ef;strokeWidth=2;edgeStyle=orthogonalEdgeStyle;" parent="1" source="aem_w0" target="aem_b0" edge="1">
                    <mxGeometry relative="1" as="geometry"/>
                </mxCell>
                <mxCell id="aem_e_w1" value="" style="endArrow=classic;html=1;rounded=0;strokeColor=#0050ef;strokeWidth=2;edgeStyle=orthogonalEdgeStyle;" parent="1" source="aem_w1" target="aem_b4" edge="1">
                    <mxGeometry relative="1" as="geometry"/>
                </mxCell>
                <mxCell id="aem_e_w2" value="" style="endArrow=classic;html=1;rounded=0;strokeColor=#0050ef;strokeWidth=2;edgeStyle=orthogonalEdgeStyle;" parent="1" source="aem_w2" target="aem_b8" edge="1">
                    <mxGeometry relative="1" as="geometry"/>
                </mxCell>
                <mxCell id="aem_e_w3" value="" style="endArrow=classic;html=1;rounded=0;strokeColor=#0050ef;strokeWidth=2;edgeStyle=orthogonalEdgeStyle;" parent="1" source="aem_w3" target="aem_b12" edge="1">
                    <mxGeometry relative="1" as="geometry"/>
                </mxCell>
                <mxCell id="aem_e_e0" value="" style="endArrow=classic;html=1;rounded=0;strokeColor=#82b366;strokeWidth=2;edgeStyle=orthogonalEdgeStyle;" parent="1" source="aem_e0" edge="1">
                    <mxGeometry relative="1" as="geometry">
                        <mxPoint x="1090" y="325" as="targetPoint"/>
                    </mxGeometry>
                </mxCell>
                <mxCell id="aem_e_e1" value="" style="endArrow=classic;html=1;rounded=0;strokeColor=#82b366;strokeWidth=2;edgeStyle=orthogonalEdgeStyle;" parent="1" source="aem_e1" edge="1">
                    <mxGeometry relative="1" as="geometry">
                        <mxPoint x="1090" y="445" as="targetPoint"/>
                    </mxGeometry>
                </mxCell>
                <mxCell id="aem_e_e2" value="" style="endArrow=classic;html=1;rounded=0;strokeColor=#82b366;strokeWidth=2;edgeStyle=orthogonalEdgeStyle;" parent="1" source="aem_e2" edge="1">
                    <mxGeometry relative="1" as="geometry">
                        <mxPoint x="1090" y="565" as="targetPoint"/>
                    </mxGeometry>
                </mxCell>
                <mxCell id="aem_e_e3" value="" style="endArrow=classic;html=1;rounded=0;strokeColor=#82b366;strokeWidth=2;edgeStyle=orthogonalEdgeStyle;" parent="1" source="aem_e3" edge="1">
                    <mxGeometry relative="1" as="geometry">
                        <mxPoint x="1090" y="685" as="targetPoint"/>
                    </mxGeometry>
                </mxCell>
            </root>
        </mxGraphModel>
    </diagram>
</mxfile>
